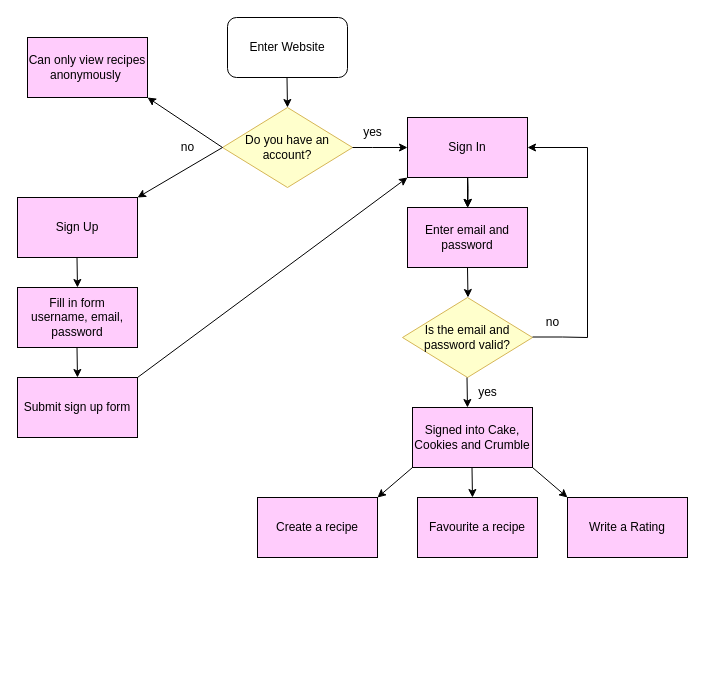
Earlier version of the draw.io diagram assets/readme-images/Untitled Diagram.drawio (Bethieieio/CakesCookiesCrumbles). Source tidied: cells renumbered, new cells numbered last; positions are measured from the earlier drawing's top-left corner, leaving out a move shared by most shapes. Both pictures are drawn from the tidied source at 100%, with x=0, y=0 at pixel (17, 17).
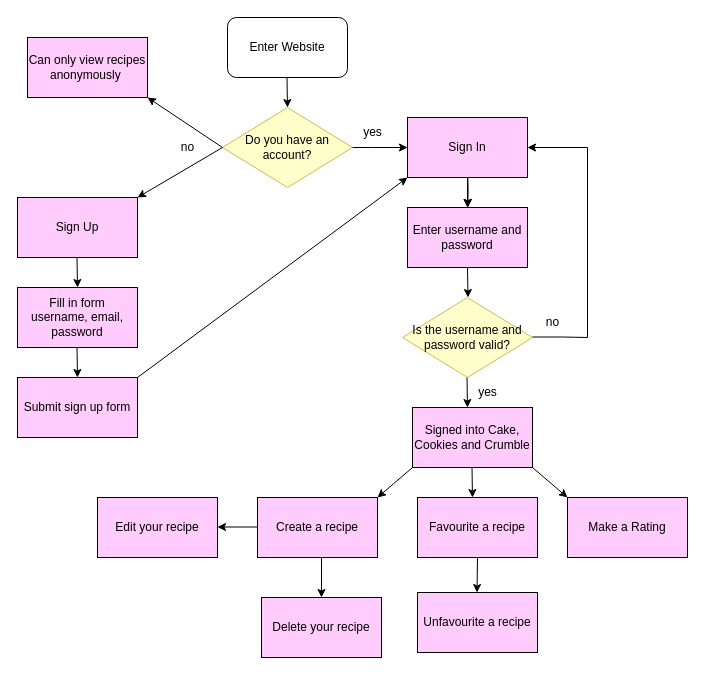
Above is the later version.

Change to the diagram source:
```diff
@@
-    <mxCell id="21" value="Enter email and password" style="rounded=0;whiteSpace=wrap;html=1;fillColor=#FFCCFC;" parent="1" vertex="1">
+    <mxCell id="21" value="Enter username and password" style="rounded=0;whiteSpace=wrap;html=1;fillColor=#FFCCFC;" parent="1" vertex="1">
       <mxGeometry x="390" y="190" width="120" height="60" as="geometry" />
     </mxCell>
@@
-    <mxCell id="23" value="Is the email and password valid?" style="rhombus;whiteSpace=wrap;html=1;fillColor=#FFFFCC;strokeColor=#d6b656;" parent="1" vertex="1">
+    <mxCell id="23" value="Is the username and password valid?" style="rhombus;whiteSpace=wrap;html=1;fillColor=#FFFFCC;strokeColor=#d6b656;" parent="1" vertex="1">
       <mxGeometry x="385" y="280" width="130" height="80" as="geometry" />
     </mxCell>
@@
-    <mxCell id="34" value="Write a Rating" style="rounded=0;whiteSpace=wrap;html=1;fillColor=#FFCCFC;" parent="1" vertex="1">
+    <mxCell id="34" value="Make a Rating" style="rounded=0;whiteSpace=wrap;html=1;fillColor=#FFCCFC;" parent="1" vertex="1">
       <mxGeometry x="550" y="480" width="120" height="60" as="geometry" />
     </mxCell>
@@
+    <mxCell id="37" style="endArrow=classic;html=1;rounded=0;" parent="1" edge="1">
+      <mxGeometry relative="1" as="geometry">
+        <mxPoint x="240" y="509.5" as="sourcePoint" />
+        <mxPoint x="200" y="509.5" as="targetPoint" />
+      </mxGeometry>
+    </mxCell>
+    <mxCell id="38" style="endArrow=classic;html=1;rounded=0;" parent="1" edge="1">
+      <mxGeometry relative="1" as="geometry">
+        <mxPoint x="304" y="540" as="sourcePoint" />
+        <mxPoint x="304" y="580" as="targetPoint" />
+      </mxGeometry>
+    </mxCell>
+    <mxCell id="39" value="Edit your recipe" style="rounded=0;whiteSpace=wrap;html=1;fillColor=#FFCCFC;" parent="1" vertex="1">
+      <mxGeometry x="80" y="480" width="120" height="60" as="geometry" />
+    </mxCell>
+    <mxCell id="40" value="Delete your recipe" style="rounded=0;whiteSpace=wrap;html=1;fillColor=#FFCCFC;" parent="1" vertex="1">
+      <mxGeometry x="244" y="580" width="120" height="60" as="geometry" />
+    </mxCell>
+    <mxCell id="41" style="endArrow=classic;html=1;rounded=0;" parent="1" edge="1">
+      <mxGeometry relative="1" as="geometry">
+        <mxPoint x="460" y="540" as="sourcePoint" />
+        <mxPoint x="459.5" y="575" as="targetPoint" />
+      </mxGeometry>
+    </mxCell>
+    <mxCell id="42" value="Unfavourite a recipe" style="rounded=0;whiteSpace=wrap;html=1;fillColor=#FFCCFC;" parent="1" vertex="1">
+      <mxGeometry x="400" y="575" width="120" height="60" as="geometry" />
+    </mxCell>
```
